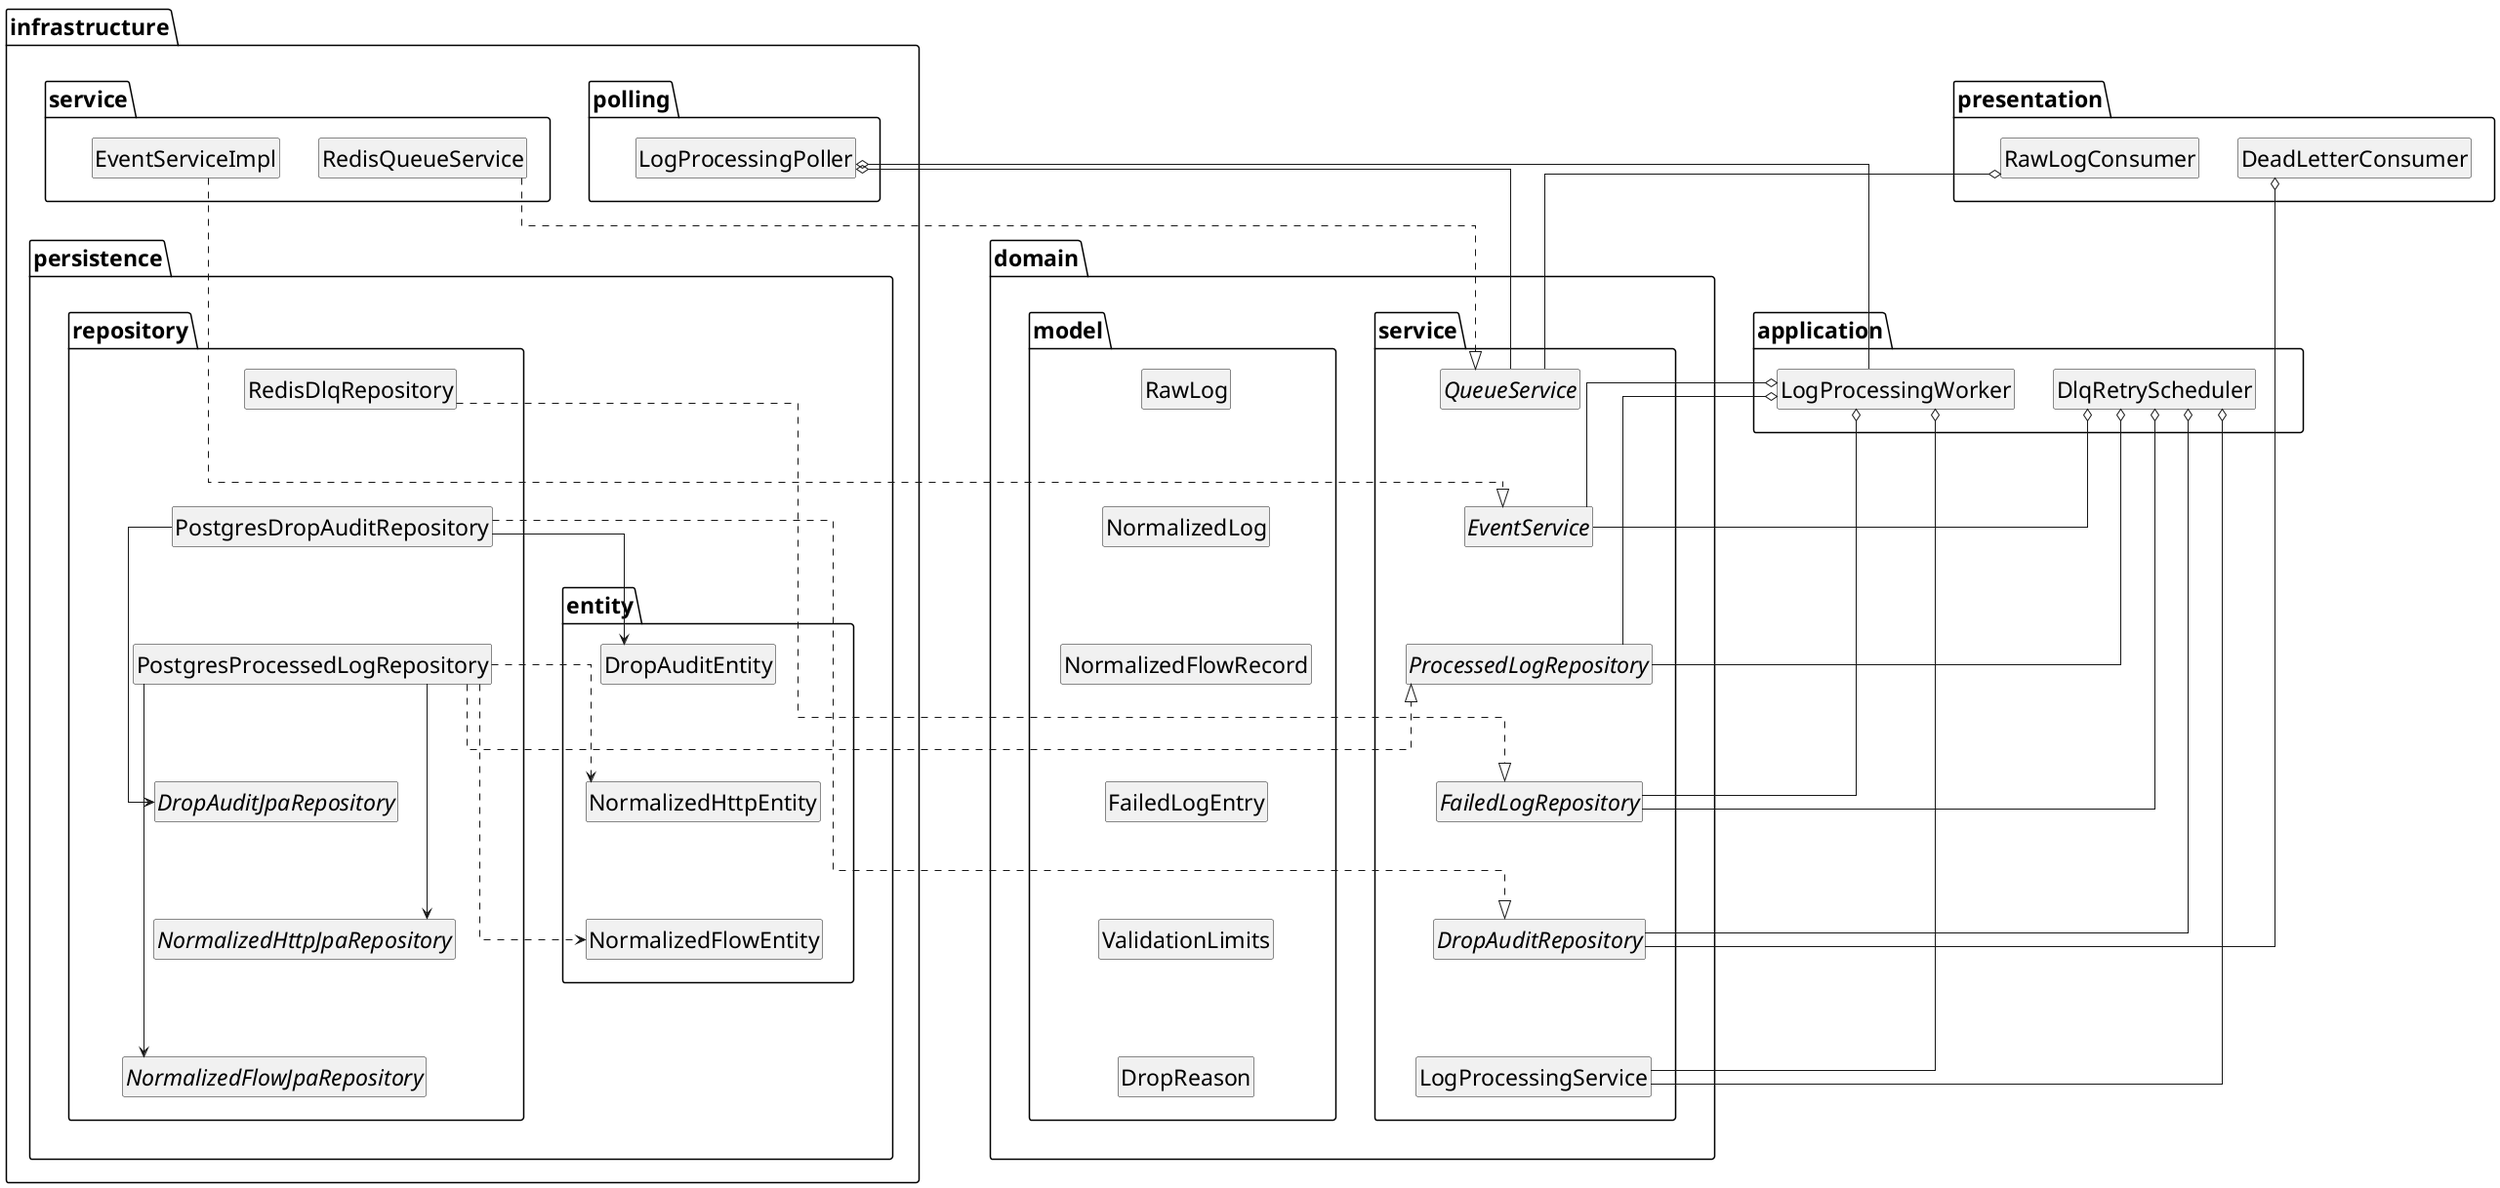
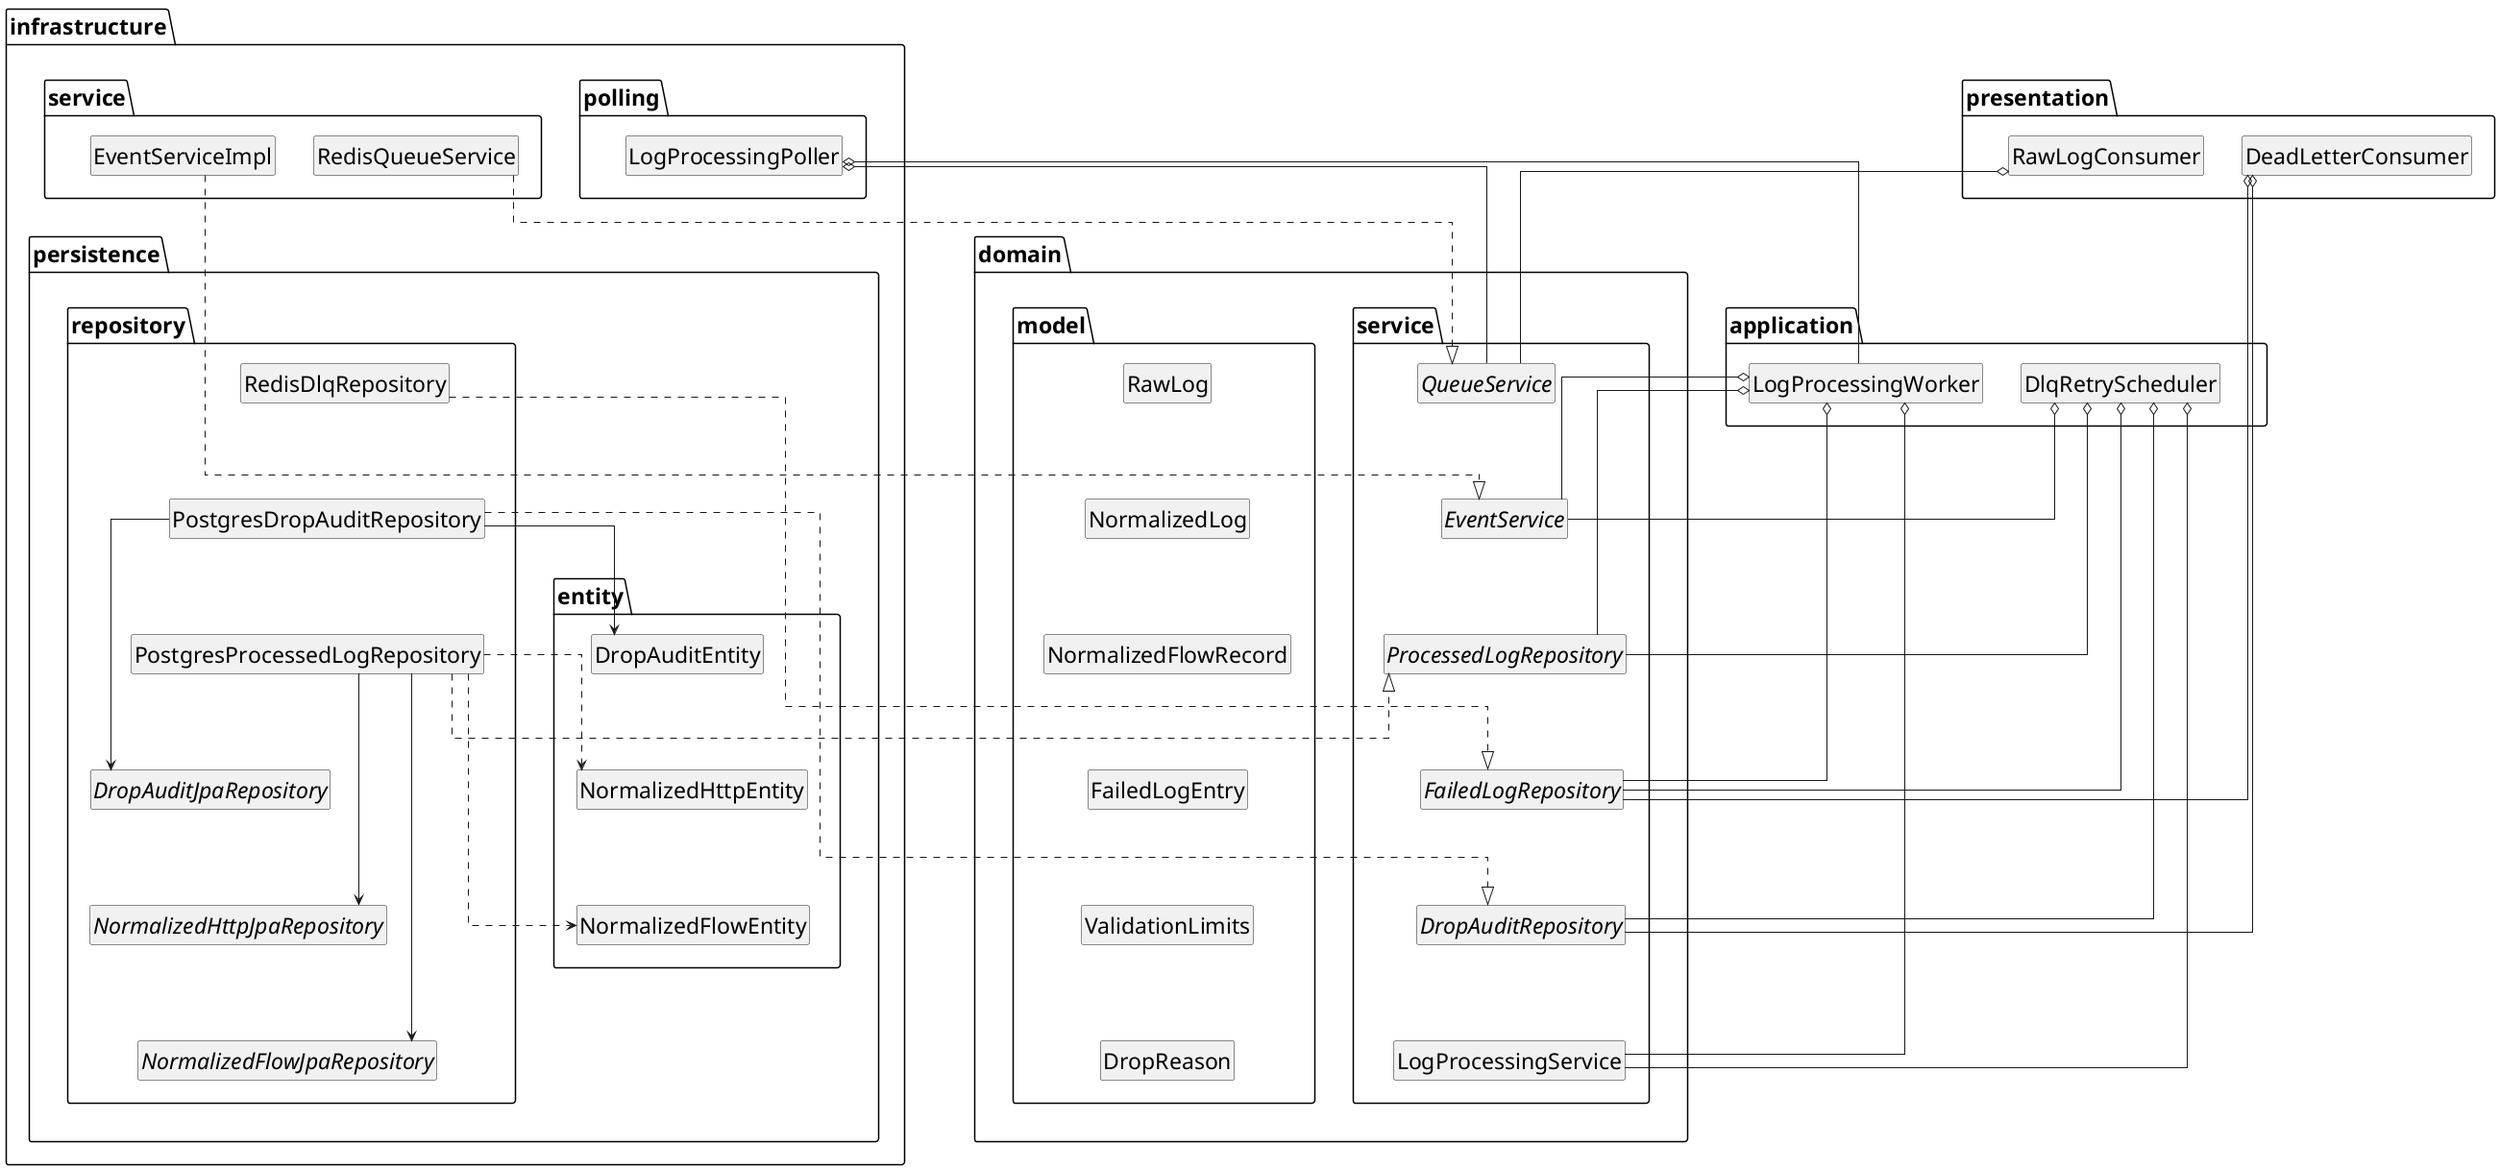
@startuml feature-log-processing
top to bottom direction

skinparam packageStyle folder
skinparam linetype ortho
skinparam ranksep 100
skinparam nodesep 40
skinparam DefaultFontSize 23

hide circle
hide empty members

together {
  package "presentation" {
    class RawLogConsumer
    class DeadLetterConsumer
  }
}

together {
  package "application" {
    class LogProcessingWorker
    class DlqRetryScheduler
  }
}

together {
  package "domain.service" {
    interface QueueService
    interface EventService
    interface ProcessedLogRepository
    interface FailedLogRepository
    interface DropAuditRepository
    class LogProcessingService

    QueueService -[hidden]down- EventService
    EventService -[hidden]down- ProcessedLogRepository
    ProcessedLogRepository -[hidden]down- FailedLogRepository
    FailedLogRepository -[hidden]down- DropAuditRepository
    DropAuditRepository -[hidden]down- LogProcessingService
  }

  package "domain.model" {
    class RawLog
    class NormalizedLog
    class NormalizedFlowRecord
    class FailedLogEntry
    class ValidationLimits
    class DropReason

    RawLog -[hidden]down- NormalizedLog
    NormalizedLog -[hidden]down- NormalizedFlowRecord
    NormalizedFlowRecord -[hidden]down- FailedLogEntry
    FailedLogEntry -[hidden]down- ValidationLimits
    ValidationLimits -[hidden]down- DropReason
  }
}

together {
  package "infrastructure.polling" {
    class LogProcessingPoller
  }

  package "infrastructure.service" {
    class RedisQueueService
    class EventServiceImpl
  }
}

together {
  package "infrastructure.persistence.repository" {
    class RedisDlqRepository
    class PostgresDropAuditRepository
    class PostgresProcessedLogRepository
    interface DropAuditJpaRepository
    interface NormalizedHttpJpaRepository
    interface NormalizedFlowJpaRepository

    RedisDlqRepository -[hidden]down- PostgresDropAuditRepository
    PostgresDropAuditRepository -[hidden]down- PostgresProcessedLogRepository
    PostgresProcessedLogRepository -[hidden]down- DropAuditJpaRepository
    DropAuditJpaRepository -[hidden]down- NormalizedHttpJpaRepository
    NormalizedHttpJpaRepository -[hidden]down- NormalizedFlowJpaRepository
  }

  package "infrastructure.persistence.entity" {
    class DropAuditEntity
    class NormalizedHttpEntity
    class NormalizedFlowEntity

    DropAuditEntity -[hidden]down- NormalizedHttpEntity
    NormalizedHttpEntity -[hidden]down- NormalizedFlowEntity
  }
}

' ---- Layer Order ----
"presentation" -[hidden]down- "application"
"application" -[hidden]down- "domain.service"
"domain.service" -[hidden]down- "infrastructure.polling"
"infrastructure.polling" -[hidden]down- "infrastructure.persistence.repository"

"domain.service" -[hidden]right- "domain.model"
"infrastructure.polling" -[hidden]right- "infrastructure.service"
"infrastructure.persistence.repository" -[hidden]right- "infrastructure.persistence.entity"

' ---- Interactions / Relationships ----
RawLogConsumer o-- QueueService
DeadLetterConsumer o-- DropAuditRepository
+ DeadLetterConsumer o-- FailedLogRepository

LogProcessingPoller o-- QueueService
LogProcessingPoller o-- LogProcessingWorker

LogProcessingWorker o-- LogProcessingService
LogProcessingWorker o-- EventService
LogProcessingWorker o-- ProcessedLogRepository
LogProcessingWorker o-- FailedLogRepository

DlqRetryScheduler o-- FailedLogRepository
DlqRetryScheduler o-- LogProcessingService
DlqRetryScheduler o-- EventService
DlqRetryScheduler o-- ProcessedLogRepository
DlqRetryScheduler o-- DropAuditRepository

RedisQueueService ..|> QueueService
EventServiceImpl ..|> EventService
RedisDlqRepository ..|> FailedLogRepository
PostgresDropAuditRepository ..|> DropAuditRepository
PostgresProcessedLogRepository ..|> ProcessedLogRepository

PostgresDropAuditRepository --> DropAuditJpaRepository
PostgresDropAuditRepository --> DropAuditEntity
PostgresProcessedLogRepository --> NormalizedHttpJpaRepository
PostgresProcessedLogRepository --> NormalizedFlowJpaRepository
PostgresProcessedLogRepository ..> NormalizedHttpEntity
PostgresProcessedLogRepository ..> NormalizedFlowEntity

@enduml
